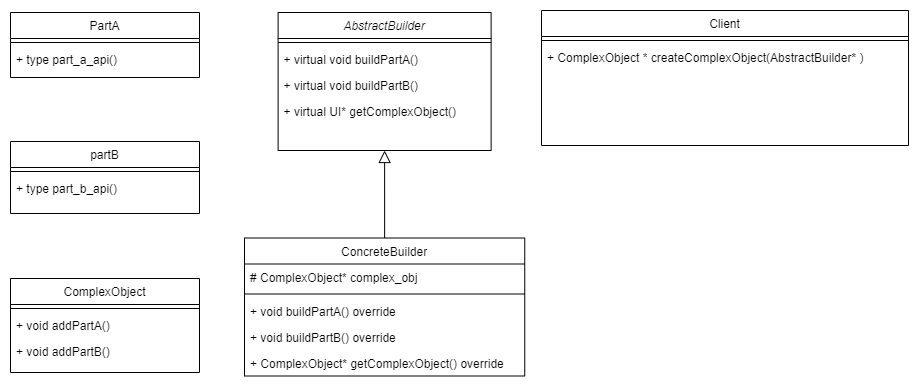
This is engineering/software-engineering/data-structures-and-algorithms/design-patterns/creational-patterns/_assets/builder-uml.png from cybergu0ck/notes, a draw.io export, as it was before one commit. Source tidied: cells renumbered, new cells last; positions are measured from the earlier drawing's top-left corner, leaving out a move shared by most shapes. Source of this version:
```xml
<mxGraphModel>
  <root>
    <mxCell id="0" />
    <mxCell id="1" parent="0" />
    <mxCell id="2" value="AbstractBuilder" style="swimlane;fontStyle=2;align=center;verticalAlign=top;horizontal=1;startSize=26;rounded=0;shadow=0;strokeWidth=1;" parent="1" vertex="1">
      <mxGeometry x="267.6" y="2" width="213" height="138" as="geometry" />
    </mxCell>
    <mxCell id="3" style="line;html=1;strokeWidth=1;align=left;verticalAlign=middle;spacingTop=-1;spacingLeft=3;spacingRight=3;labelPosition=right;" parent="2" vertex="1">
      <mxGeometry y="26" width="213" height="8" as="geometry" />
    </mxCell>
    <mxCell id="4" value="+ virtual void buildPartA()" style="text;align=left;verticalAlign=top;spacingLeft=4;spacingRight=4;overflow=hidden;" parent="2" vertex="1">
      <mxGeometry y="34" width="213" height="26" as="geometry" />
    </mxCell>
    <mxCell id="5" value="+ virtual void buildPartB()" style="text;align=left;verticalAlign=top;spacingLeft=4;spacingRight=4;overflow=hidden;" parent="2" vertex="1">
      <mxGeometry y="60" width="213" height="26" as="geometry" />
    </mxCell>
    <mxCell id="6" value="+ virtual UI* getComplexObject()" style="text;align=left;verticalAlign=top;spacingLeft=4;spacingRight=4;overflow=hidden;" parent="2" vertex="1">
      <mxGeometry y="86" width="213" height="26" as="geometry" />
    </mxCell>
    <mxCell id="7" value="ConcreteBuilder" style="swimlane;fontStyle=0;align=center;verticalAlign=top;horizontal=1;startSize=26;rounded=0;shadow=0;strokeWidth=1;" parent="1" vertex="1">
      <mxGeometry x="234" y="227.5" width="280.2" height="138" as="geometry" />
    </mxCell>
    <mxCell id="8" value="# ComplexObject* complex_obj " style="text;align=left;verticalAlign=top;spacingLeft=4;spacingRight=4;overflow=hidden;" parent="7" vertex="1">
      <mxGeometry y="26" width="280.2" height="26" as="geometry" />
    </mxCell>
    <mxCell id="9" style="line;html=1;strokeWidth=1;align=left;verticalAlign=middle;spacingTop=-1;spacingLeft=3;spacingRight=3;labelPosition=right;" parent="7" vertex="1">
      <mxGeometry y="52" width="280.2" height="8" as="geometry" />
    </mxCell>
    <mxCell id="10" value="+ void buildPartA() override" style="text;align=left;verticalAlign=top;spacingLeft=4;spacingRight=4;overflow=hidden;" parent="7" vertex="1">
      <mxGeometry y="60" width="280.2" height="26" as="geometry" />
    </mxCell>
    <mxCell id="11" value="+ void buildPartB() override" style="text;align=left;verticalAlign=top;spacingLeft=4;spacingRight=4;overflow=hidden;" parent="7" vertex="1">
      <mxGeometry y="86" width="280.2" height="26" as="geometry" />
    </mxCell>
    <mxCell id="12" value="+ ComplexObject* getComplexObject() override" style="text;align=left;verticalAlign=top;spacingLeft=4;spacingRight=4;overflow=hidden;" parent="7" vertex="1">
      <mxGeometry y="112" width="280.2" height="26" as="geometry" />
    </mxCell>
    <mxCell id="13" style="endArrow=block;endSize=10;endFill=0;shadow=0;strokeWidth=1;rounded=0;edgeStyle=elbowEdgeStyle;elbow=vertical;" parent="1" edge="1" source="7" target="2">
      <mxGeometry relative="1" as="geometry" />
    </mxCell>
    <mxCell id="14" value="Client" style="swimlane;fontStyle=0;align=center;verticalAlign=top;horizontal=1;startSize=26;rounded=0;shadow=0;strokeWidth=1;" parent="1" vertex="1">
      <mxGeometry x="531" width="367" height="135" as="geometry" />
    </mxCell>
    <mxCell id="15" style="line;html=1;strokeWidth=1;align=left;verticalAlign=middle;spacingTop=-1;spacingLeft=3;spacingRight=3;labelPosition=right;" parent="14" vertex="1">
      <mxGeometry y="26" width="367" height="8" as="geometry" />
    </mxCell>
    <mxCell id="16" value="+ ComplexObject * createComplexObject(AbstractBuilder* )" style="text;align=left;verticalAlign=top;spacingLeft=4;spacingRight=4;overflow=hidden;" parent="14" vertex="1">
      <mxGeometry y="34" width="367" height="26" as="geometry" />
    </mxCell>
    <mxCell id="17" value="PartA" style="swimlane;fontStyle=0;align=center;verticalAlign=top;horizontal=1;startSize=26;rounded=0;shadow=0;strokeWidth=1;" parent="1" vertex="1">
      <mxGeometry y="2" width="189" height="65" as="geometry" />
    </mxCell>
    <mxCell id="18" style="line;html=1;strokeWidth=1;align=left;verticalAlign=middle;spacingTop=-1;spacingLeft=3;spacingRight=3;labelPosition=right;" parent="17" vertex="1">
      <mxGeometry y="26" width="189" height="8" as="geometry" />
    </mxCell>
    <mxCell id="19" value="+ type part_a_api()" style="text;align=left;verticalAlign=top;spacingLeft=4;spacingRight=4;overflow=hidden;" parent="17" vertex="1">
      <mxGeometry y="34" width="189" height="26" as="geometry" />
    </mxCell>
    <mxCell id="20" value="partB" style="swimlane;fontStyle=0;align=center;verticalAlign=top;horizontal=1;startSize=26;rounded=0;shadow=0;strokeWidth=1;" parent="1" vertex="1">
      <mxGeometry y="131" width="189" height="72" as="geometry" />
    </mxCell>
    <mxCell id="21" style="line;html=1;strokeWidth=1;align=left;verticalAlign=middle;spacingTop=-1;spacingLeft=3;spacingRight=3;labelPosition=right;" parent="20" vertex="1">
      <mxGeometry y="26" width="189" height="8" as="geometry" />
    </mxCell>
    <mxCell id="22" value="+ type part_b_api()" style="text;align=left;verticalAlign=top;spacingLeft=4;spacingRight=4;overflow=hidden;" parent="20" vertex="1">
      <mxGeometry y="34" width="189" height="26" as="geometry" />
    </mxCell>
    <mxCell id="23" value="ComplexObject" style="swimlane;fontStyle=0;align=center;verticalAlign=top;horizontal=1;startSize=26;rounded=0;shadow=0;strokeWidth=1;" parent="1" vertex="1">
      <mxGeometry y="268" width="189" height="94" as="geometry" />
    </mxCell>
    <mxCell id="24" style="line;html=1;strokeWidth=1;align=left;verticalAlign=middle;spacingTop=-1;spacingLeft=3;spacingRight=3;labelPosition=right;" parent="23" vertex="1">
      <mxGeometry y="26" width="189" height="8" as="geometry" />
    </mxCell>
    <mxCell id="25" value="+ void addPartA()" style="text;align=left;verticalAlign=top;spacingLeft=4;spacingRight=4;overflow=hidden;" parent="23" vertex="1">
      <mxGeometry y="34" width="189" height="26" as="geometry" />
    </mxCell>
    <mxCell id="26" value="+ void addPartB()" style="text;align=left;verticalAlign=top;spacingLeft=4;spacingRight=4;overflow=hidden;" parent="23" vertex="1">
      <mxGeometry y="60" width="189" height="26" as="geometry" />
    </mxCell>
  </root>
</mxGraphModel>
```
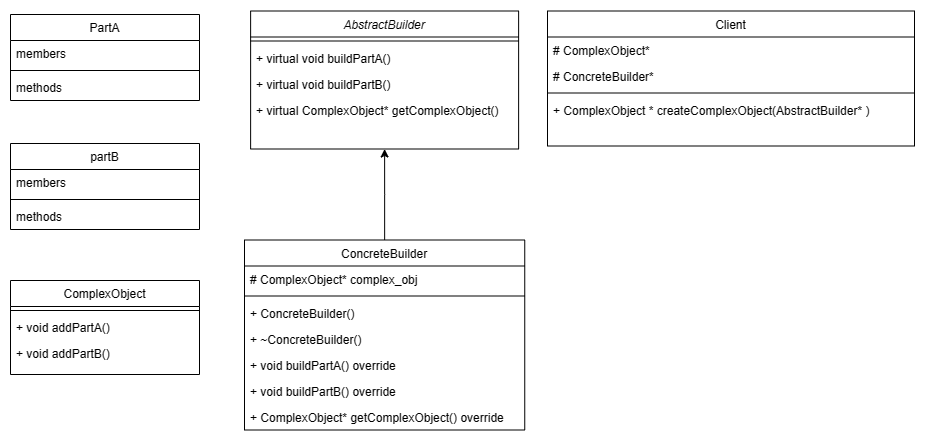
The same diagram one commit later.

The edit, as a diff of the source:
```diff
@@ -3,22 +3,25 @@
     <mxCell id="0" />
     <mxCell id="1" parent="0" />
     <mxCell id="2" value="AbstractBuilder" style="swimlane;fontStyle=2;align=center;verticalAlign=top;horizontal=1;startSize=26;rounded=0;shadow=0;strokeWidth=1;" parent="1" vertex="1">
-      <mxGeometry x="267.6" y="2" width="213" height="138" as="geometry" />
+      <mxGeometry x="240.1" y="-1.5" width="268" height="138" as="geometry" />
     </mxCell>
     <mxCell id="3" style="line;html=1;strokeWidth=1;align=left;verticalAlign=middle;spacingTop=-1;spacingLeft=3;spacingRight=3;labelPosition=right;" parent="2" vertex="1">
-      <mxGeometry y="26" width="213" height="8" as="geometry" />
+      <mxGeometry y="26" width="268" height="8" as="geometry" />
     </mxCell>
     <mxCell id="4" value="+ virtual void buildPartA()" style="text;align=left;verticalAlign=top;spacingLeft=4;spacingRight=4;overflow=hidden;" parent="2" vertex="1">
-      <mxGeometry y="34" width="213" height="26" as="geometry" />
+      <mxGeometry y="34" width="268" height="26" as="geometry" />
     </mxCell>
     <mxCell id="5" value="+ virtual void buildPartB()" style="text;align=left;verticalAlign=top;spacingLeft=4;spacingRight=4;overflow=hidden;" parent="2" vertex="1">
-      <mxGeometry y="60" width="213" height="26" as="geometry" />
+      <mxGeometry y="60" width="268" height="26" as="geometry" />
     </mxCell>
-    <mxCell id="6" value="+ virtual UI* getComplexObject()" style="text;align=left;verticalAlign=top;spacingLeft=4;spacingRight=4;overflow=hidden;" parent="2" vertex="1">
-      <mxGeometry y="86" width="213" height="26" as="geometry" />
+    <mxCell id="6" value="+ virtual ComplexObject* getComplexObject()" style="text;align=left;verticalAlign=top;spacingLeft=4;spacingRight=4;overflow=hidden;" parent="2" vertex="1">
+      <mxGeometry y="86" width="268" height="26" as="geometry" />
     </mxCell>
+    <mxCell id="13" style="edgeStyle=orthogonalEdgeStyle;rounded=0;jettySize=auto;html=1;entryX=0.5;entryY=1;entryDx=0;entryDy=0;" parent="1" edge="1" source="7" target="2">
+      <mxGeometry relative="1" as="geometry" />
+    </mxCell>
     <mxCell id="7" value="ConcreteBuilder" style="swimlane;fontStyle=0;align=center;verticalAlign=top;horizontal=1;startSize=26;rounded=0;shadow=0;strokeWidth=1;" parent="1" vertex="1">
-      <mxGeometry x="234" y="227.5" width="280.2" height="138" as="geometry" />
+      <mxGeometry x="234" y="227.5" width="280.2" height="190" as="geometry" />
     </mxCell>
     <mxCell id="8" value="# ComplexObject* complex_obj " style="text;align=left;verticalAlign=top;spacingLeft=4;spacingRight=4;overflow=hidden;" parent="7" vertex="1">
       <mxGeometry y="26" width="280.2" height="26" as="geometry" />
@@ -26,44 +29,59 @@
     <mxCell id="9" style="line;html=1;strokeWidth=1;align=left;verticalAlign=middle;spacingTop=-1;spacingLeft=3;spacingRight=3;labelPosition=right;" parent="7" vertex="1">
       <mxGeometry y="52" width="280.2" height="8" as="geometry" />
     </mxCell>
+    <mxCell id="27" value="+ ConcreteBuilder()" style="text;align=left;verticalAlign=top;spacingLeft=4;spacingRight=4;overflow=hidden;" parent="7" vertex="1">
+      <mxGeometry y="60" width="280.2" height="26" as="geometry" />
+    </mxCell>
+    <mxCell id="28" value="+ ~ConcreteBuilder()" style="text;align=left;verticalAlign=top;spacingLeft=4;spacingRight=4;overflow=hidden;" parent="7" vertex="1">
+      <mxGeometry y="86" width="280.2" height="26" as="geometry" />
+    </mxCell>
     <mxCell id="10" value="+ void buildPartA() override" style="text;align=left;verticalAlign=top;spacingLeft=4;spacingRight=4;overflow=hidden;" parent="7" vertex="1">
-      <mxGeometry y="60" width="280.2" height="26" as="geometry" />
+      <mxGeometry y="112" width="280.2" height="26" as="geometry" />
     </mxCell>
     <mxCell id="11" value="+ void buildPartB() override" style="text;align=left;verticalAlign=top;spacingLeft=4;spacingRight=4;overflow=hidden;" parent="7" vertex="1">
-      <mxGeometry y="86" width="280.2" height="26" as="geometry" />
+      <mxGeometry y="138" width="280.2" height="26" as="geometry" />
     </mxCell>
     <mxCell id="12" value="+ ComplexObject* getComplexObject() override" style="text;align=left;verticalAlign=top;spacingLeft=4;spacingRight=4;overflow=hidden;" parent="7" vertex="1">
-      <mxGeometry y="112" width="280.2" height="26" as="geometry" />
+      <mxGeometry y="164" width="280.2" height="26" as="geometry" />
     </mxCell>
-    <mxCell id="13" style="endArrow=block;endSize=10;endFill=0;shadow=0;strokeWidth=1;rounded=0;edgeStyle=elbowEdgeStyle;elbow=vertical;" parent="1" edge="1" source="7" target="2">
-      <mxGeometry relative="1" as="geometry" />
-    </mxCell>
     <mxCell id="14" value="Client" style="swimlane;fontStyle=0;align=center;verticalAlign=top;horizontal=1;startSize=26;rounded=0;shadow=0;strokeWidth=1;" parent="1" vertex="1">
-      <mxGeometry x="531" width="367" height="135" as="geometry" />
+      <mxGeometry x="537" y="-1.5" width="367" height="135" as="geometry" />
     </mxCell>
+    <mxCell id="29" value="# ComplexObject* " style="text;align=left;verticalAlign=top;spacingLeft=4;spacingRight=4;overflow=hidden;" parent="14" vertex="1">
+      <mxGeometry y="26" width="367" height="26" as="geometry" />
+    </mxCell>
+    <mxCell id="30" value="# ConcreteBuilder*" style="text;align=left;verticalAlign=top;spacingLeft=4;spacingRight=4;overflow=hidden;" parent="14" vertex="1">
+      <mxGeometry y="52" width="367" height="26" as="geometry" />
+    </mxCell>
     <mxCell id="15" style="line;html=1;strokeWidth=1;align=left;verticalAlign=middle;spacingTop=-1;spacingLeft=3;spacingRight=3;labelPosition=right;" parent="14" vertex="1">
-      <mxGeometry y="26" width="367" height="8" as="geometry" />
+      <mxGeometry y="78" width="367" height="8" as="geometry" />
     </mxCell>
     <mxCell id="16" value="+ ComplexObject * createComplexObject(AbstractBuilder* )" style="text;align=left;verticalAlign=top;spacingLeft=4;spacingRight=4;overflow=hidden;" parent="14" vertex="1">
-      <mxGeometry y="34" width="367" height="26" as="geometry" />
+      <mxGeometry y="86" width="367" height="26" as="geometry" />
     </mxCell>
     <mxCell id="17" value="PartA" style="swimlane;fontStyle=0;align=center;verticalAlign=top;horizontal=1;startSize=26;rounded=0;shadow=0;strokeWidth=1;" parent="1" vertex="1">
-      <mxGeometry y="2" width="189" height="65" as="geometry" />
+      <mxGeometry y="2" width="189" height="86" as="geometry" />
     </mxCell>
+    <mxCell id="31" value="members" style="text;align=left;verticalAlign=top;spacingLeft=4;spacingRight=4;overflow=hidden;" parent="17" vertex="1">
+      <mxGeometry y="26" width="189" height="26" as="geometry" />
+    </mxCell>
     <mxCell id="18" style="line;html=1;strokeWidth=1;align=left;verticalAlign=middle;spacingTop=-1;spacingLeft=3;spacingRight=3;labelPosition=right;" parent="17" vertex="1">
-      <mxGeometry y="26" width="189" height="8" as="geometry" />
+      <mxGeometry y="52" width="189" height="8" as="geometry" />
     </mxCell>
-    <mxCell id="19" value="+ type part_a_api()" style="text;align=left;verticalAlign=top;spacingLeft=4;spacingRight=4;overflow=hidden;" parent="17" vertex="1">
-      <mxGeometry y="34" width="189" height="26" as="geometry" />
+    <mxCell id="19" value="methods" style="text;align=left;verticalAlign=top;spacingLeft=4;spacingRight=4;overflow=hidden;" parent="17" vertex="1">
+      <mxGeometry y="60" width="189" height="26" as="geometry" />
     </mxCell>
     <mxCell id="20" value="partB" style="swimlane;fontStyle=0;align=center;verticalAlign=top;horizontal=1;startSize=26;rounded=0;shadow=0;strokeWidth=1;" parent="1" vertex="1">
-      <mxGeometry y="131" width="189" height="72" as="geometry" />
+      <mxGeometry y="131" width="189" height="86" as="geometry" />
     </mxCell>
+    <mxCell id="32" value="members" style="text;align=left;verticalAlign=top;spacingLeft=4;spacingRight=4;overflow=hidden;" parent="20" vertex="1">
+      <mxGeometry y="26" width="189" height="26" as="geometry" />
+    </mxCell>
     <mxCell id="21" style="line;html=1;strokeWidth=1;align=left;verticalAlign=middle;spacingTop=-1;spacingLeft=3;spacingRight=3;labelPosition=right;" parent="20" vertex="1">
-      <mxGeometry y="26" width="189" height="8" as="geometry" />
+      <mxGeometry y="52" width="189" height="8" as="geometry" />
     </mxCell>
-    <mxCell id="22" value="+ type part_b_api()" style="text;align=left;verticalAlign=top;spacingLeft=4;spacingRight=4;overflow=hidden;" parent="20" vertex="1">
-      <mxGeometry y="34" width="189" height="26" as="geometry" />
+    <mxCell id="22" value="methods" style="text;align=left;verticalAlign=top;spacingLeft=4;spacingRight=4;overflow=hidden;" parent="20" vertex="1">
+      <mxGeometry y="60" width="189" height="26" as="geometry" />
     </mxCell>
     <mxCell id="23" value="ComplexObject" style="swimlane;fontStyle=0;align=center;verticalAlign=top;horizontal=1;startSize=26;rounded=0;shadow=0;strokeWidth=1;" parent="1" vertex="1">
       <mxGeometry y="268" width="189" height="94" as="geometry" />
```
